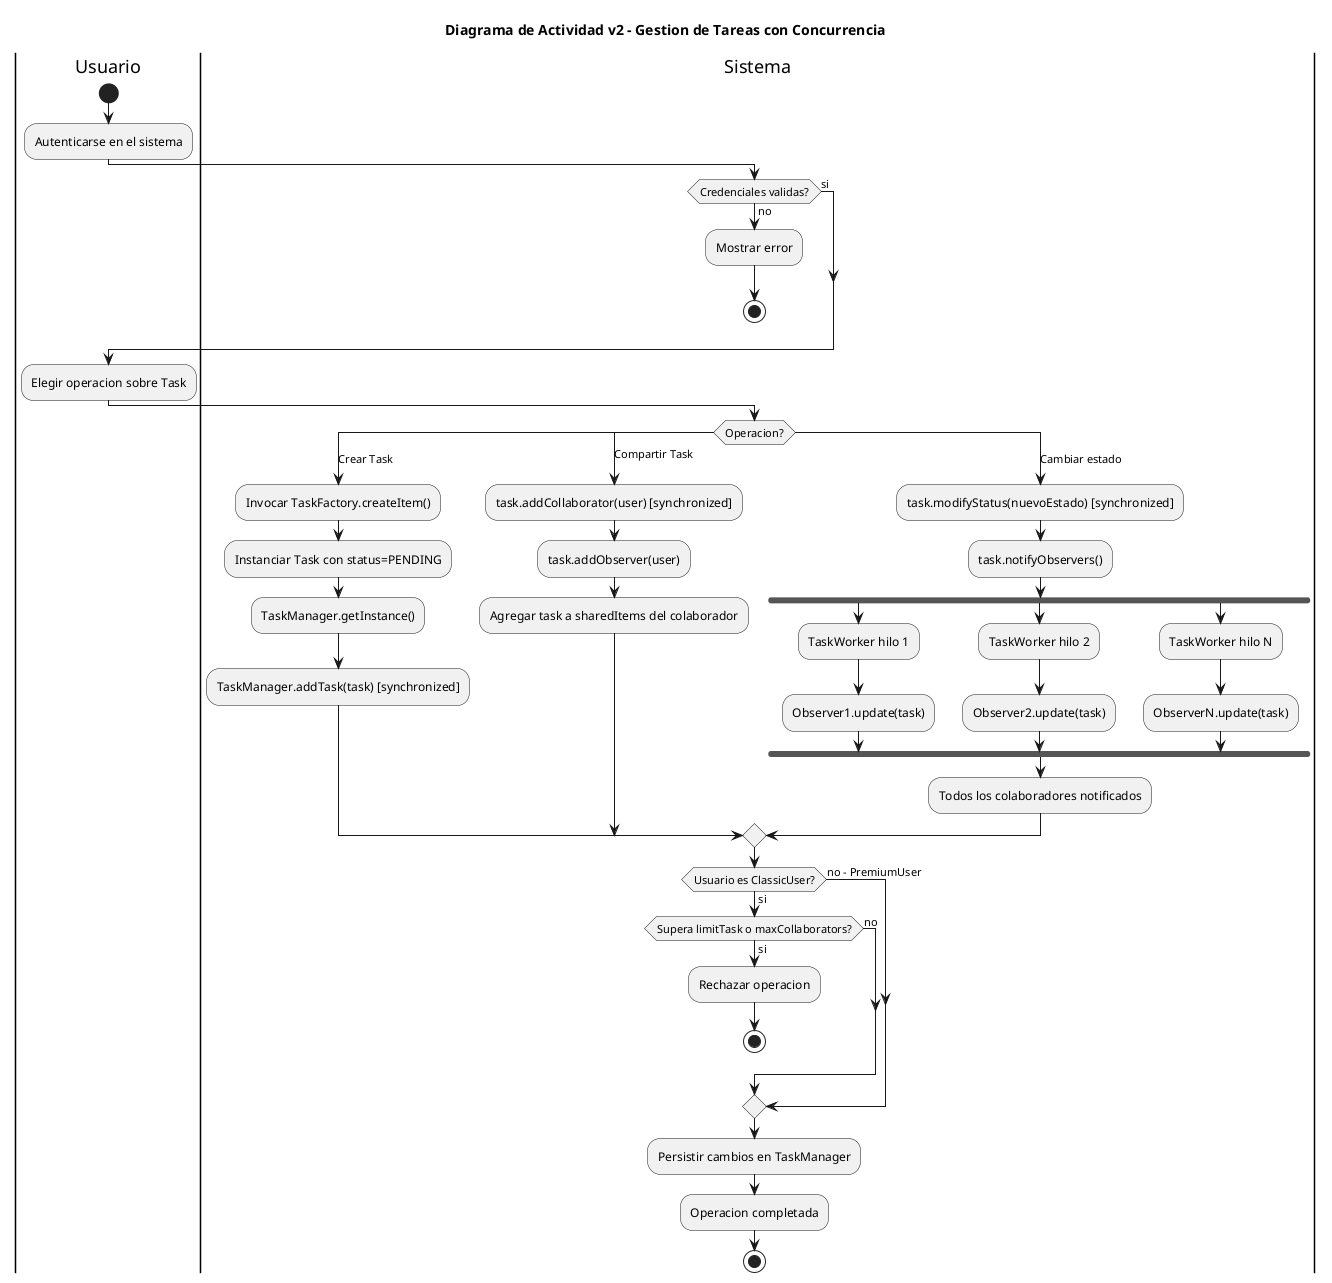
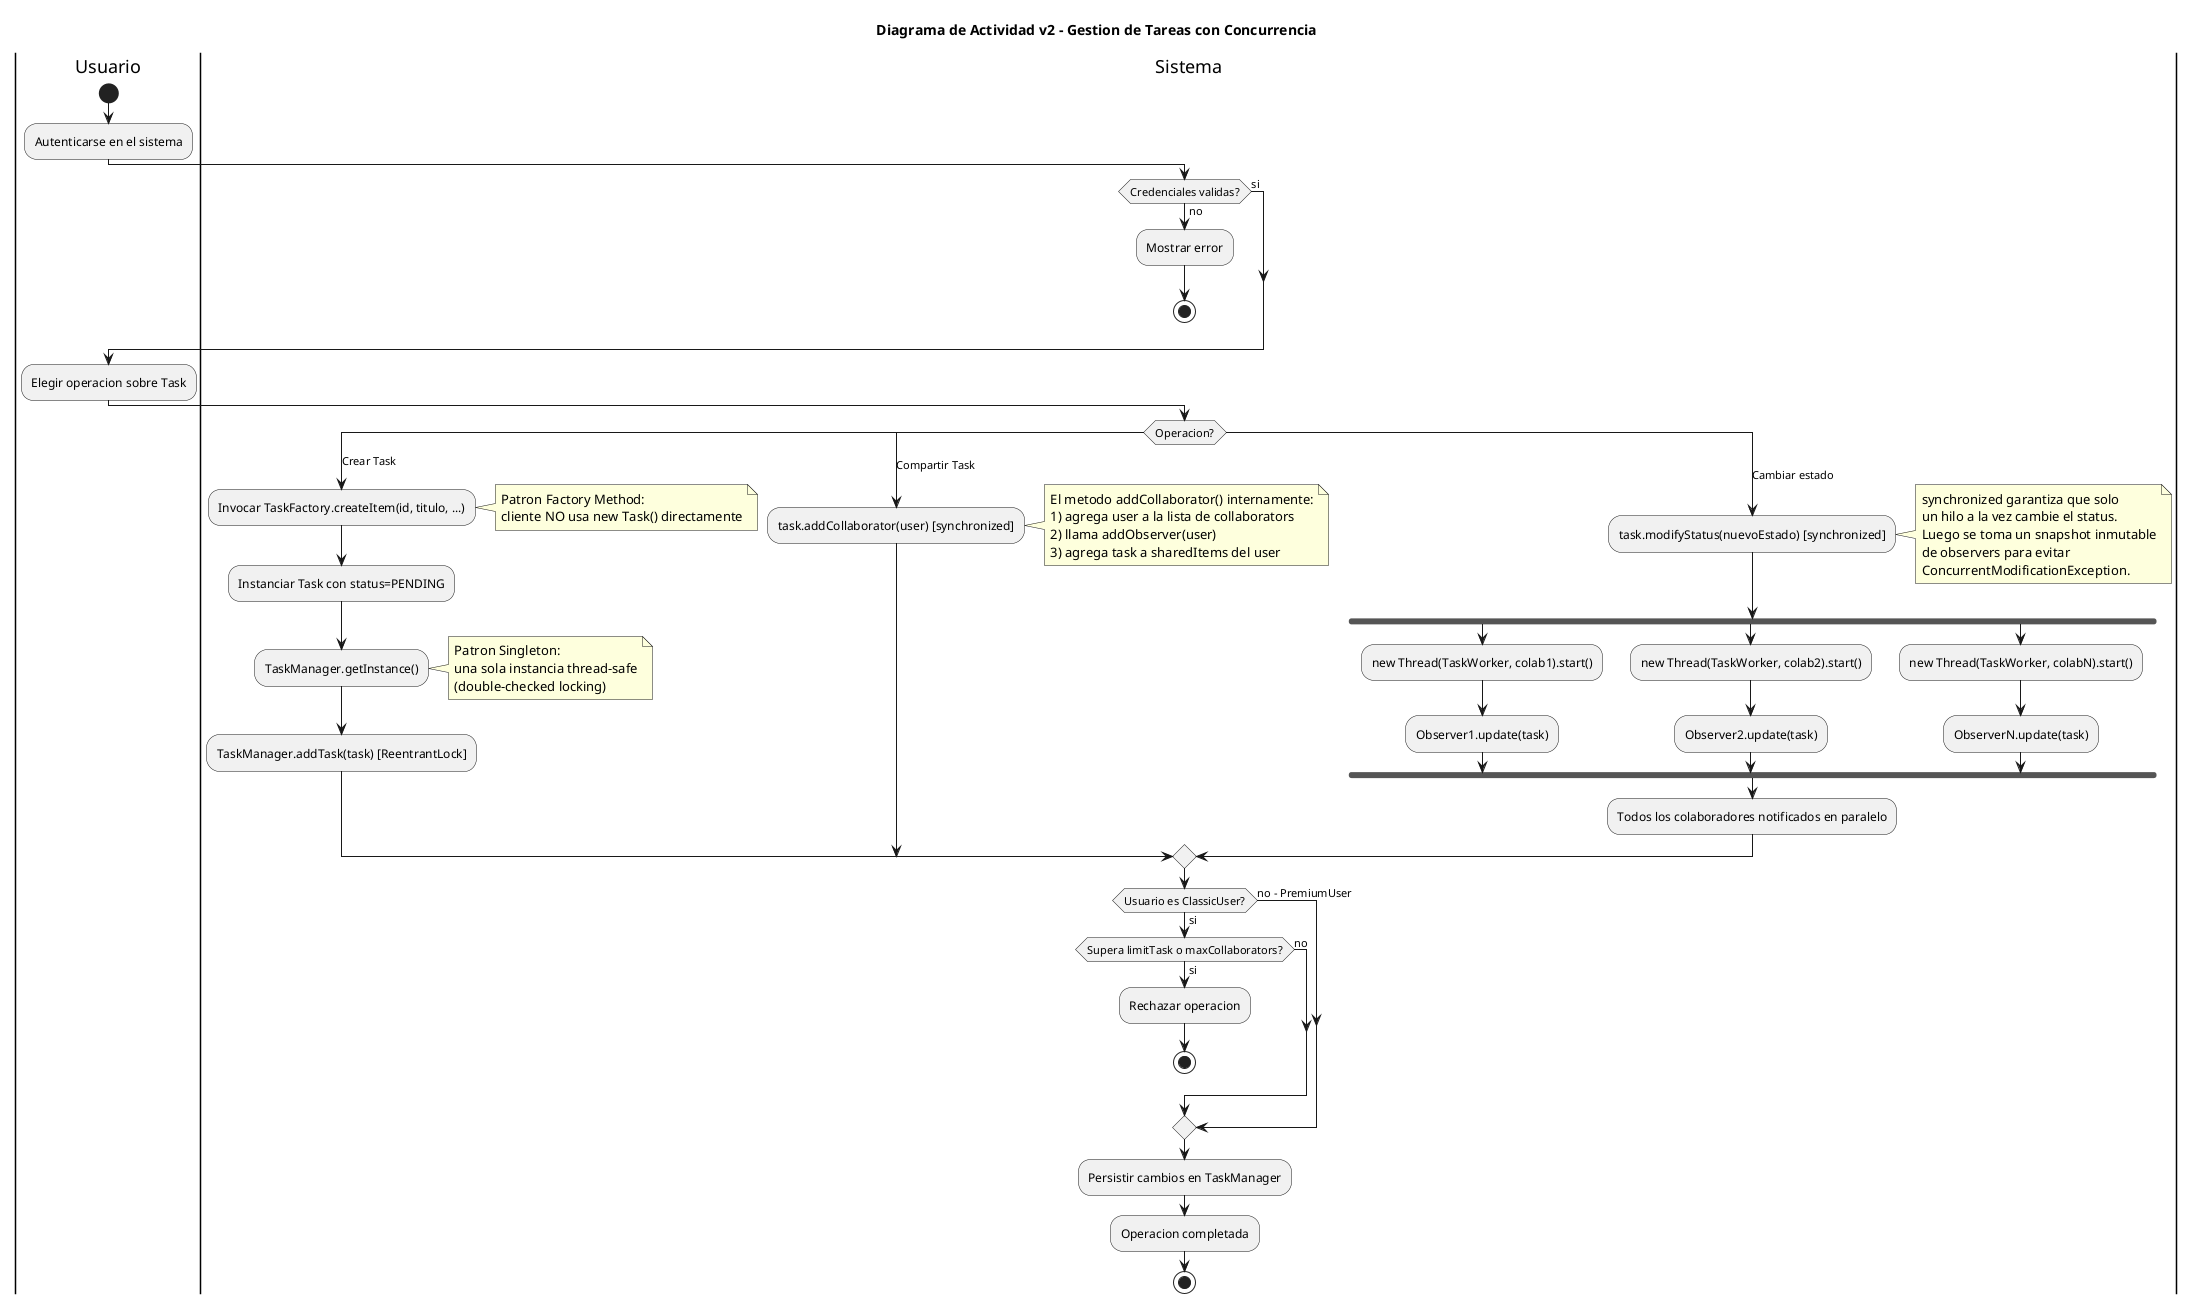
@startuml DiagramaActividadV2
title Diagrama de Actividad v2 - Gestion de Tareas con Concurrencia

|Usuario|
start
:Autenticarse en el sistema;

|Sistema|
if (Credenciales validas?) then (no)
  :Mostrar error;
  stop
else (si)
endif

|Usuario|
:Elegir operacion sobre Task;

|Sistema|
switch (Operacion?)
case (Crear Task)
-   :Invocar TaskFactory.createItem();
+   :Invocar TaskFactory.createItem(id, titulo, ...);
+   note right
+     Patron Factory Method:
+     cliente NO usa new Task() directamente
+   end note
  :Instanciar Task con status=PENDING;
  :TaskManager.getInstance();
-   :TaskManager.addTask(task) [synchronized];
+   note right
+     Patron Singleton:
+     una sola instancia thread-safe
+     (double-checked locking)
+   end note
+   :TaskManager.addTask(task) [ReentrantLock];

case (Compartir Task)
  :task.addCollaborator(user) [synchronized];
-   :task.addObserver(user);
-   :Agregar task a sharedItems del colaborador;
+   note right
+     El metodo addCollaborator() internamente:
+     1) agrega user a la lista de collaborators
+     2) llama addObserver(user)
+     3) agrega task a sharedItems del user
+   end note

case (Cambiar estado)
  :task.modifyStatus(nuevoEstado) [synchronized];
-   :task.notifyObservers();
+   note right
+     synchronized garantiza que solo
+     un hilo a la vez cambie el status.
+     Luego se toma un snapshot inmutable
+     de observers para evitar
+     ConcurrentModificationException.
+   end note

  fork
-     :TaskWorker hilo 1;
+     :new Thread(TaskWorker, colab1).start();
    :Observer1.update(task);
  fork again
-     :TaskWorker hilo 2;
+     :new Thread(TaskWorker, colab2).start();
    :Observer2.update(task);
  fork again
-     :TaskWorker hilo N;
+     :new Thread(TaskWorker, colabN).start();
    :ObserverN.update(task);
  end fork

-   :Todos los colaboradores notificados;
+   :Todos los colaboradores notificados en paralelo;

endswitch

if (Usuario es ClassicUser?) then (si)
  if (Supera limitTask o maxCollaborators?) then (si)
    :Rechazar operacion;
    stop
  else (no)
  endif
else (no - PremiumUser)
endif

:Persistir cambios en TaskManager;
:Operacion completada;
stop

@enduml
